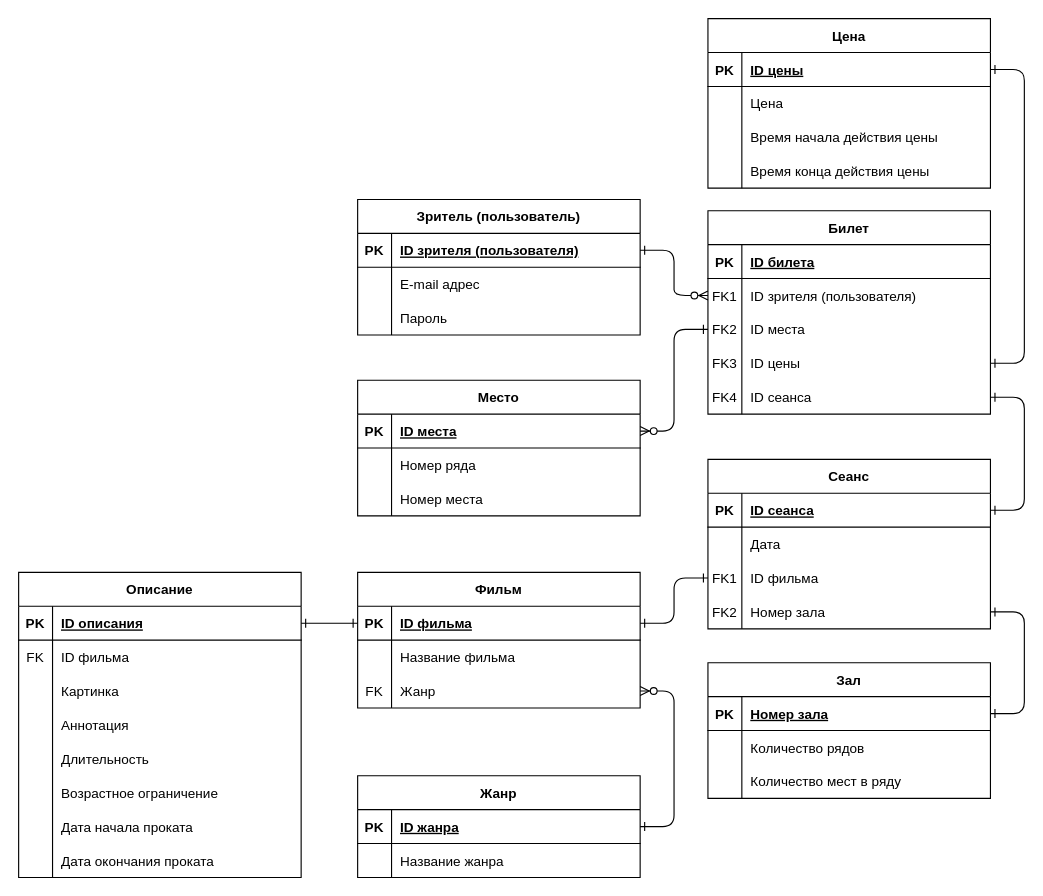
This is images and schemes/logic model.drawio from xreyaf/cinema-app, a draw.io file, before an edit. Source tidied: cells renumbered, new cells numbered last; positions are measured from the earlier drawing's top-left corner, leaving out a move shared by most shapes. Both pictures are drawn from the tidied source at 113%, with x=0, y=0 at pixel (18, 18).
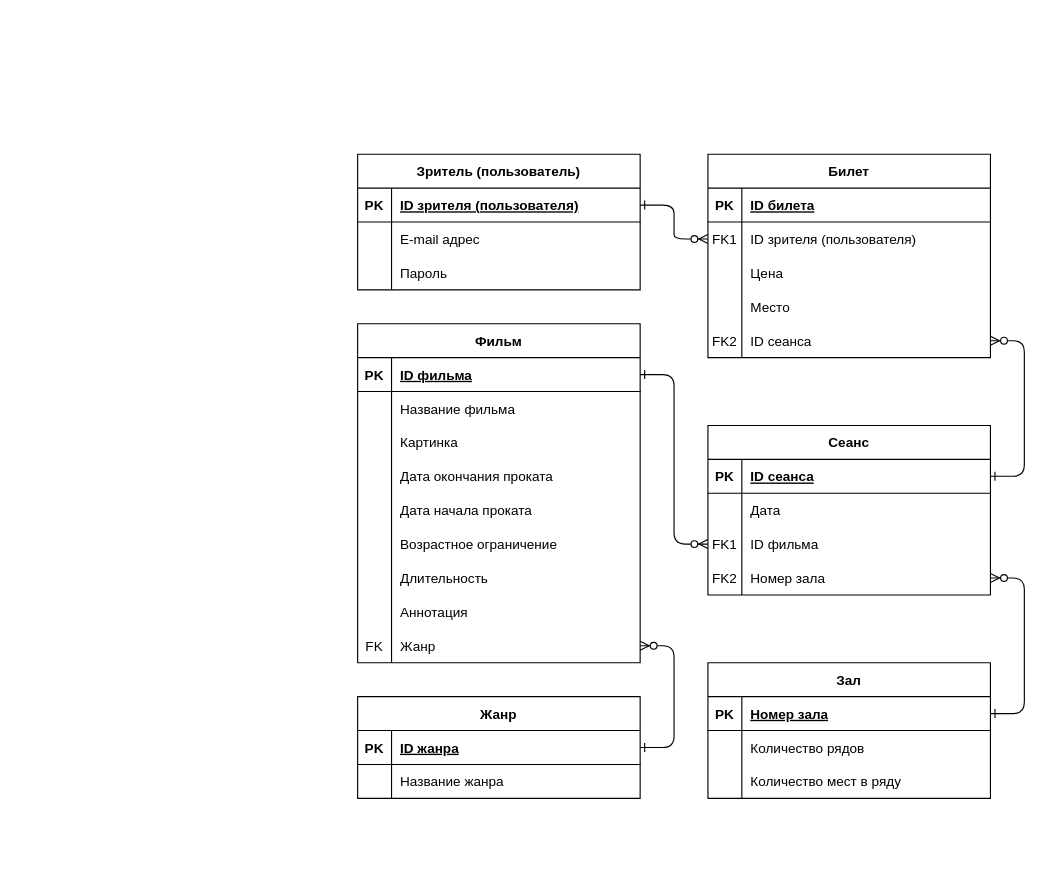
The same diagram, later.

The change refers to these unchanged cells:
```xml
<mxCell id="17" style="shape=partialRectangle;fillColor=none;points=[[0,0.5],[1,0.5]];portConstraint=eastwest;top=0;left=0;right=0;bottom=0;" parent="4" vertex="1">
  <mxGeometry y="150" width="250" height="30" as="geometry" />
</mxCell>
<mxCell id="21" style="shape=partialRectangle;fillColor=none;points=[[0,0.5],[1,0.5]];portConstraint=eastwest;top=0;left=0;right=0;bottom=1;" parent="20" vertex="1">
  <mxGeometry y="30" width="250" height="30" as="geometry" />
</mxCell>
<mxCell id="27" style="shape=partialRectangle;fillColor=none;points=[[0,0.5],[1,0.5]];portConstraint=eastwest;top=0;left=0;right=0;bottom=0;" parent="20" vertex="1">
  <mxGeometry y="90" width="250" height="30" as="geometry" />
</mxCell>
<mxCell id="30" style="shape=partialRectangle;fillColor=none;points=[[0,0.5],[1,0.5]];portConstraint=eastwest;top=0;left=0;right=0;bottom=0;" parent="20" vertex="1">
  <mxGeometry y="120" width="250" height="30" as="geometry" />
</mxCell>
<mxCell id="44" style="shape=partialRectangle;fillColor=none;points=[[0,0.5],[1,0.5]];portConstraint=eastwest;top=0;left=0;right=0;bottom=1;" parent="43" vertex="1">
  <mxGeometry y="30" width="250" height="30" as="geometry" />
</mxCell>
<mxCell id="54" style="shape=partialRectangle;fillColor=none;points=[[0,0.5],[1,0.5]];portConstraint=eastwest;top=0;left=0;right=0;bottom=1;" parent="53" vertex="1">
  <mxGeometry y="30" width="250" height="30" as="geometry" />
</mxCell>
```

Change to the diagram source:
```diff
@@
-    <mxCell id="3" style="edgeStyle=entityRelationEdgeStyle;endArrow=ERone;startArrow=ERone;endFill=0;startFill=0;" parent="1" edge="1" source="17" target="21">
-      <mxGeometry relative="1" as="geometry" />
-    </mxCell>
     <mxCell id="4" value="Билет" style="shape=table;startSize=30;childLayout=tableLayout;rowLines=0;fontStyle=1;align=center;" parent="1" vertex="1">
-      <mxGeometry x="610" y="170" width="250" height="180" as="geometry" />
+      <mxGeometry x="610" y="120" width="250" height="180" as="geometry" />
     </mxCell>
@@
-    <mxCell id="11" style="shape=partialRectangle;fillColor=none;points=[[0,0.5],[1,0.5]];portConstraint=eastwest;top=0;left=0;right=0;bottom=0;" parent="4" vertex="1">
-      <mxGeometry y="90" width="250" height="30" as="geometry" />
-    </mxCell>
-    <mxCell id="12" value="FK2" style="shape=partialRectangle;overflow=hidden;fillColor=none;top=0;left=0;bottom=0;right=0;" parent="11" vertex="1">
-      <mxGeometry width="30" height="30" as="geometry" />
-    </mxCell>
-    <mxCell id="13" value="ID места" style="shape=partialRectangle;overflow=hidden;fillColor=none;top=0;left=0;bottom=0;right=0;align=left;spacingLeft=6;fontStyle=0;" parent="11" vertex="1">
-      <mxGeometry x="30" width="220" height="30" as="geometry" />
-    </mxCell>
-    <mxCell id="14" style="shape=partialRectangle;fillColor=none;points=[[0,0.5],[1,0.5]];portConstraint=eastwest;top=0;left=0;right=0;bottom=0;" parent="4" vertex="1">
-      <mxGeometry y="120" width="250" height="30" as="geometry" />
-    </mxCell>
-    <mxCell id="15" value="FK3" style="shape=partialRectangle;overflow=hidden;fillColor=none;top=0;left=0;bottom=0;right=0;" parent="14" vertex="1">
-      <mxGeometry width="30" height="30" as="geometry" />
-    </mxCell>
-    <mxCell id="16" value="ID цены" style="shape=partialRectangle;overflow=hidden;fillColor=none;top=0;left=0;bottom=0;right=0;align=left;spacingLeft=6;fontStyle=0;" parent="14" vertex="1">
-      <mxGeometry x="30" width="220" height="30" as="geometry" />
-    </mxCell>
+    <mxCell id="114" style="shape=partialRectangle;fillColor=none;top=0;left=0;right=0;bottom=0;" parent="4" vertex="1">
+      <mxGeometry y="90" width="250" height="30" as="geometry" />
+    </mxCell>
+    <mxCell id="115" style="shape=partialRectangle;overflow=hidden;fillColor=none;top=0;left=0;bottom=0;right=0;" parent="114" vertex="1">
+      <mxGeometry width="30" height="30" as="geometry" />
+    </mxCell>
+    <mxCell id="116" value="Цена" style="shape=partialRectangle;overflow=hidden;fillColor=none;top=0;left=0;bottom=0;right=0;align=left;spacingLeft=6;fontStyle=0;" parent="114" vertex="1">
+      <mxGeometry x="30" width="220" height="30" as="geometry" />
+    </mxCell>
+    <mxCell id="124" style="shape=partialRectangle;fillColor=none;top=0;left=0;right=0;bottom=0;" parent="4" vertex="1">
+      <mxGeometry y="120" width="250" height="30" as="geometry" />
+    </mxCell>
+    <mxCell id="125" style="shape=partialRectangle;overflow=hidden;fillColor=none;top=0;left=0;bottom=0;right=0;" parent="124" vertex="1">
+      <mxGeometry width="30" height="30" as="geometry" />
+    </mxCell>
+    <mxCell id="63" value="Место" style="shape=partialRectangle;overflow=hidden;fillColor=none;top=0;left=0;bottom=0;right=0;align=left;spacingLeft=6;fontStyle=0;" parent="124" vertex="1">
+      <mxGeometry x="30" width="220" height="30" as="geometry" />
+    </mxCell>
@@
-    <mxCell id="18" value="FK4" style="shape=partialRectangle;overflow=hidden;fillColor=none;top=0;left=0;bottom=0;right=0;" parent="17" vertex="1">
+    <mxCell id="18" value="FK2" style="shape=partialRectangle;overflow=hidden;fillColor=none;top=0;left=0;bottom=0;right=0;" parent="17" vertex="1">
       <mxGeometry width="30" height="30" as="geometry" />
     </mxCell>
@@
     <mxCell id="20" value="Сеанс" style="shape=table;startSize=30;childLayout=tableLayout;rowLines=0;fontStyle=1;align=center;" parent="1" vertex="1">
-      <mxGeometry x="610" y="390" width="250" height="150" as="geometry" />
+      <mxGeometry x="610" y="360" width="250" height="150" as="geometry" />
     </mxCell>
@@
     <mxCell id="33" value="Зритель (пользователь)" style="shape=table;startSize=30;childLayout=tableLayout;rowLines=0;fontStyle=1;align=center;" parent="1" vertex="1">
-      <mxGeometry x="300" y="160" width="250" height="120" as="geometry" />
+      <mxGeometry x="300" y="120" width="250" height="120" as="geometry" />
     </mxCell>
@@
     <mxCell id="43" value="Фильм" style="shape=table;startSize=30;childLayout=tableLayout;rowLines=0;fontStyle=1;align=center;" parent="1" vertex="1">
-      <mxGeometry x="300" y="490" width="250" height="120" as="geometry" />
+      <mxGeometry x="300" y="270" width="250" height="300" as="geometry" />
     </mxCell>
@@
+    <mxCell id="90" style="shape=partialRectangle;fillColor=none;top=0;left=0;right=0;bottom=0;" parent="43" vertex="1">
+      <mxGeometry y="90" width="250" height="30" as="geometry" />
+    </mxCell>
+    <mxCell id="91" style="shape=partialRectangle;overflow=hidden;fillColor=none;top=0;left=0;bottom=0;right=0;" parent="90" vertex="1">
+      <mxGeometry width="30" height="30" as="geometry" />
+    </mxCell>
+    <mxCell id="92" value="Картинка" style="shape=partialRectangle;overflow=hidden;fillColor=none;top=0;left=0;bottom=0;right=0;align=left;spacingLeft=6;" parent="90" vertex="1">
+      <mxGeometry x="30" width="220" height="30" as="geometry" />
+    </mxCell>
+    <mxCell id="105" style="shape=partialRectangle;fillColor=none;top=0;left=0;right=0;bottom=0;" parent="43" vertex="1">
+      <mxGeometry y="120" width="250" height="30" as="geometry" />
+    </mxCell>
+    <mxCell id="106" style="shape=partialRectangle;overflow=hidden;fillColor=none;top=0;left=0;bottom=0;right=0;" parent="105" vertex="1">
+      <mxGeometry width="30" height="30" as="geometry" />
+    </mxCell>
+    <mxCell id="107" value="Дата окончания проката" style="shape=partialRectangle;overflow=hidden;fillColor=none;top=0;left=0;bottom=0;right=0;align=left;spacingLeft=6;" parent="105" vertex="1">
+      <mxGeometry x="30" width="220" height="30" as="geometry" />
+    </mxCell>
+    <mxCell id="102" style="shape=partialRectangle;fillColor=none;top=0;left=0;right=0;bottom=0;" parent="43" vertex="1">
+      <mxGeometry y="150" width="250" height="30" as="geometry" />
+    </mxCell>
+    <mxCell id="103" style="shape=partialRectangle;overflow=hidden;fillColor=none;top=0;left=0;bottom=0;right=0;" parent="102" vertex="1">
+      <mxGeometry width="30" height="30" as="geometry" />
+    </mxCell>
+    <mxCell id="104" value="Дата начала проката" style="shape=partialRectangle;overflow=hidden;fillColor=none;top=0;left=0;bottom=0;right=0;align=left;spacingLeft=6;" parent="102" vertex="1">
+      <mxGeometry x="30" width="220" height="30" as="geometry" />
+    </mxCell>
+    <mxCell id="99" style="shape=partialRectangle;fillColor=none;top=0;left=0;right=0;bottom=0;" parent="43" vertex="1">
+      <mxGeometry y="180" width="250" height="30" as="geometry" />
+    </mxCell>
+    <mxCell id="100" style="shape=partialRectangle;overflow=hidden;fillColor=none;top=0;left=0;bottom=0;right=0;" parent="99" vertex="1">
+      <mxGeometry width="30" height="30" as="geometry" />
+    </mxCell>
+    <mxCell id="101" value="Возрастное ограничение" style="shape=partialRectangle;overflow=hidden;fillColor=none;top=0;left=0;bottom=0;right=0;align=left;spacingLeft=6;" parent="99" vertex="1">
+      <mxGeometry x="30" width="220" height="30" as="geometry" />
+    </mxCell>
+    <mxCell id="96" style="shape=partialRectangle;fillColor=none;top=0;left=0;right=0;bottom=0;" parent="43" vertex="1">
+      <mxGeometry y="210" width="250" height="30" as="geometry" />
+    </mxCell>
+    <mxCell id="97" style="shape=partialRectangle;overflow=hidden;fillColor=none;top=0;left=0;bottom=0;right=0;" parent="96" vertex="1">
+      <mxGeometry width="30" height="30" as="geometry" />
+    </mxCell>
+    <mxCell id="98" value="Длительность" style="shape=partialRectangle;overflow=hidden;fillColor=none;top=0;left=0;bottom=0;right=0;align=left;spacingLeft=6;" parent="96" vertex="1">
+      <mxGeometry x="30" width="220" height="30" as="geometry" />
+    </mxCell>
+    <mxCell id="93" style="shape=partialRectangle;fillColor=none;top=0;left=0;right=0;bottom=0;" parent="43" vertex="1">
+      <mxGeometry y="240" width="250" height="30" as="geometry" />
+    </mxCell>
+    <mxCell id="94" style="shape=partialRectangle;overflow=hidden;fillColor=none;top=0;left=0;bottom=0;right=0;" parent="93" vertex="1">
+      <mxGeometry width="30" height="30" as="geometry" />
+    </mxCell>
+    <mxCell id="95" value="Аннотация" style="shape=partialRectangle;overflow=hidden;fillColor=none;top=0;left=0;bottom=0;right=0;align=left;spacingLeft=6;" parent="93" vertex="1">
+      <mxGeometry x="30" width="220" height="30" as="geometry" />
+    </mxCell>
     <mxCell id="50" style="shape=partialRectangle;fillColor=none;points=[[0,0.5],[1,0.5]];portConstraint=eastwest;top=0;left=0;right=0;bottom=0;" parent="43" vertex="1">
-      <mxGeometry y="90" width="250" height="30" as="geometry" />
+      <mxGeometry y="270" width="250" height="30" as="geometry" />
     </mxCell>
@@
-    <mxCell id="63" value="Место" style="shape=table;startSize=30;childLayout=tableLayout;rowLines=0;fontStyle=1;align=center;" parent="1" vertex="1">
-      <mxGeometry x="300" y="320" width="250" height="120" as="geometry" />
-    </mxCell>
-    <mxCell id="64" style="shape=partialRectangle;fillColor=none;points=[[0,0.5],[1,0.5]];portConstraint=eastwest;top=0;left=0;right=0;bottom=1;" parent="63" vertex="1">
-      <mxGeometry y="30" width="250" height="30" as="geometry" />
-    </mxCell>
-    <mxCell id="65" value="PK" style="shape=partialRectangle;overflow=hidden;fillColor=none;top=0;left=0;bottom=0;right=0;fontStyle=1;" parent="64" vertex="1">
-      <mxGeometry width="30" height="30" as="geometry" />
-    </mxCell>
-    <mxCell id="66" value="ID места" style="shape=partialRectangle;overflow=hidden;fillColor=none;top=0;left=0;bottom=0;right=0;align=left;spacingLeft=6;fontStyle=5;" parent="64" vertex="1">
-      <mxGeometry x="30" width="220" height="30" as="geometry" />
-    </mxCell>
-    <mxCell id="67" style="shape=partialRectangle;fillColor=none;top=0;left=0;right=0;bottom=0;" parent="63" vertex="1">
-      <mxGeometry y="60" width="250" height="30" as="geometry" />
-    </mxCell>
-    <mxCell id="68" style="shape=partialRectangle;overflow=hidden;fillColor=none;top=0;left=0;bottom=0;right=0;" parent="67" vertex="1">
-      <mxGeometry width="30" height="30" as="geometry" />
-    </mxCell>
-    <mxCell id="69" value="Номер ряда" style="shape=partialRectangle;overflow=hidden;fillColor=none;top=0;left=0;bottom=0;right=0;align=left;spacingLeft=6;" parent="67" vertex="1">
-      <mxGeometry x="30" width="220" height="30" as="geometry" />
-    </mxCell>
-    <mxCell id="70" style="shape=partialRectangle;fillColor=none;top=0;left=0;right=0;bottom=0;" parent="63" vertex="1">
-      <mxGeometry y="90" width="250" height="30" as="geometry" />
-    </mxCell>
-    <mxCell id="71" style="shape=partialRectangle;overflow=hidden;fillColor=none;top=0;left=0;bottom=0;right=0;" parent="70" vertex="1">
-      <mxGeometry width="30" height="30" as="geometry" />
-    </mxCell>
-    <mxCell id="72" value="Номер места" style="shape=partialRectangle;overflow=hidden;fillColor=none;top=0;left=0;bottom=0;right=0;align=left;spacingLeft=6;" parent="70" vertex="1">
-      <mxGeometry x="30" width="220" height="30" as="geometry" />
-    </mxCell>
-    <mxCell id="73" style="edgeStyle=entityRelationEdgeStyle;endArrow=ERzeroToMany;startArrow=ERone;endFill=1;startFill=0;" parent="1" edge="1" source="11" target="64">
-      <mxGeometry relative="1" as="geometry" />
-    </mxCell>
-    <mxCell id="74" style="edgeStyle=entityRelationEdgeStyle;endArrow=ERone;startArrow=ERone;endFill=0;startFill=0;" parent="1" edge="1" source="27" target="44">
-      <mxGeometry relative="1" as="geometry" />
-    </mxCell>
-    <mxCell id="75" style="edgeStyle=entityRelationEdgeStyle;endArrow=ERone;startArrow=ERone;endFill=0;startFill=0;" parent="1" edge="1" source="30" target="54">
-      <mxGeometry relative="1" as="geometry" />
-    </mxCell>
     <mxCell id="76" value="Жанр" style="shape=table;startSize=30;childLayout=tableLayout;rowLines=0;fontStyle=1;align=center;" parent="1" vertex="1">
-      <mxGeometry x="300" y="670" width="250" height="90" as="geometry" />
+      <mxGeometry x="300" y="600" width="250" height="90" as="geometry" />
     </mxCell>
@@
-    <mxCell id="83" value="Описание" style="shape=table;startSize=30;childLayout=tableLayout;rowLines=0;fontStyle=1;align=center;" parent="1" vertex="1">
-      <mxGeometry y="490" width="250" height="270" as="geometry" />
-    </mxCell>
-    <mxCell id="84" style="shape=partialRectangle;fillColor=none;points=[[0,0.5],[1,0.5]];portConstraint=eastwest;top=0;left=0;right=0;bottom=1;" parent="83" vertex="1">
-      <mxGeometry y="30" width="250" height="30" as="geometry" />
-    </mxCell>
-    <mxCell id="85" value="PK" style="shape=partialRectangle;overflow=hidden;fillColor=none;top=0;left=0;bottom=0;right=0;fontStyle=1;" parent="84" vertex="1">
-      <mxGeometry width="30" height="30" as="geometry" />
-    </mxCell>
-    <mxCell id="86" value="ID описания" style="shape=partialRectangle;overflow=hidden;fillColor=none;top=0;left=0;bottom=0;right=0;align=left;spacingLeft=6;fontStyle=5;" parent="84" vertex="1">
-      <mxGeometry x="30" width="220" height="30" as="geometry" />
-    </mxCell>
-    <mxCell id="87" style="shape=partialRectangle;fillColor=none;top=0;left=0;right=0;bottom=0;" parent="83" vertex="1">
-      <mxGeometry y="60" width="250" height="30" as="geometry" />
-    </mxCell>
-    <mxCell id="88" value="FK" style="shape=partialRectangle;overflow=hidden;fillColor=none;top=0;left=0;bottom=0;right=0;" parent="87" vertex="1">
-      <mxGeometry width="30" height="30" as="geometry" />
-    </mxCell>
-    <mxCell id="89" value="ID фильма" style="shape=partialRectangle;overflow=hidden;fillColor=none;top=0;left=0;bottom=0;right=0;align=left;spacingLeft=6;" parent="87" vertex="1">
-      <mxGeometry x="30" width="220" height="30" as="geometry" />
-    </mxCell>
-    <mxCell id="90" style="shape=partialRectangle;fillColor=none;top=0;left=0;right=0;bottom=0;" parent="83" vertex="1">
-      <mxGeometry y="90" width="250" height="30" as="geometry" />
-    </mxCell>
-    <mxCell id="91" style="shape=partialRectangle;overflow=hidden;fillColor=none;top=0;left=0;bottom=0;right=0;" parent="90" vertex="1">
-      <mxGeometry width="30" height="30" as="geometry" />
-    </mxCell>
-    <mxCell id="92" value="Картинка" style="shape=partialRectangle;overflow=hidden;fillColor=none;top=0;left=0;bottom=0;right=0;align=left;spacingLeft=6;" parent="90" vertex="1">
-      <mxGeometry x="30" width="220" height="30" as="geometry" />
-    </mxCell>
-    <mxCell id="93" style="shape=partialRectangle;fillColor=none;top=0;left=0;right=0;bottom=0;" parent="83" vertex="1">
-      <mxGeometry y="120" width="250" height="30" as="geometry" />
-    </mxCell>
-    <mxCell id="94" style="shape=partialRectangle;overflow=hidden;fillColor=none;top=0;left=0;bottom=0;right=0;" parent="93" vertex="1">
-      <mxGeometry width="30" height="30" as="geometry" />
-    </mxCell>
-    <mxCell id="95" value="Аннотация" style="shape=partialRectangle;overflow=hidden;fillColor=none;top=0;left=0;bottom=0;right=0;align=left;spacingLeft=6;" parent="93" vertex="1">
-      <mxGeometry x="30" width="220" height="30" as="geometry" />
-    </mxCell>
-    <mxCell id="96" style="shape=partialRectangle;fillColor=none;top=0;left=0;right=0;bottom=0;" parent="83" vertex="1">
-      <mxGeometry y="150" width="250" height="30" as="geometry" />
-    </mxCell>
-    <mxCell id="97" style="shape=partialRectangle;overflow=hidden;fillColor=none;top=0;left=0;bottom=0;right=0;" parent="96" vertex="1">
-      <mxGeometry width="30" height="30" as="geometry" />
-    </mxCell>
-    <mxCell id="98" value="Длительность" style="shape=partialRectangle;overflow=hidden;fillColor=none;top=0;left=0;bottom=0;right=0;align=left;spacingLeft=6;" parent="96" vertex="1">
-      <mxGeometry x="30" width="220" height="30" as="geometry" />
-    </mxCell>
-    <mxCell id="99" style="shape=partialRectangle;fillColor=none;top=0;left=0;right=0;bottom=0;" parent="83" vertex="1">
-      <mxGeometry y="180" width="250" height="30" as="geometry" />
-    </mxCell>
-    <mxCell id="100" style="shape=partialRectangle;overflow=hidden;fillColor=none;top=0;left=0;bottom=0;right=0;" parent="99" vertex="1">
-      <mxGeometry width="30" height="30" as="geometry" />
-    </mxCell>
-    <mxCell id="101" value="Возрастное ограничение" style="shape=partialRectangle;overflow=hidden;fillColor=none;top=0;left=0;bottom=0;right=0;align=left;spacingLeft=6;" parent="99" vertex="1">
-      <mxGeometry x="30" width="220" height="30" as="geometry" />
-    </mxCell>
-    <mxCell id="102" style="shape=partialRectangle;fillColor=none;top=0;left=0;right=0;bottom=0;" parent="83" vertex="1">
-      <mxGeometry y="210" width="250" height="30" as="geometry" />
-    </mxCell>
-    <mxCell id="103" style="shape=partialRectangle;overflow=hidden;fillColor=none;top=0;left=0;bottom=0;right=0;" parent="102" vertex="1">
-      <mxGeometry width="30" height="30" as="geometry" />
-    </mxCell>
-    <mxCell id="104" value="Дата начала проката" style="shape=partialRectangle;overflow=hidden;fillColor=none;top=0;left=0;bottom=0;right=0;align=left;spacingLeft=6;" parent="102" vertex="1">
-      <mxGeometry x="30" width="220" height="30" as="geometry" />
-    </mxCell>
-    <mxCell id="105" style="shape=partialRectangle;fillColor=none;top=0;left=0;right=0;bottom=0;" parent="83" vertex="1">
-      <mxGeometry y="240" width="250" height="30" as="geometry" />
-    </mxCell>
-    <mxCell id="106" style="shape=partialRectangle;overflow=hidden;fillColor=none;top=0;left=0;bottom=0;right=0;" parent="105" vertex="1">
-      <mxGeometry width="30" height="30" as="geometry" />
-    </mxCell>
-    <mxCell id="107" value="Дата окончания проката" style="shape=partialRectangle;overflow=hidden;fillColor=none;top=0;left=0;bottom=0;right=0;align=left;spacingLeft=6;" parent="105" vertex="1">
-      <mxGeometry x="30" width="220" height="30" as="geometry" />
-    </mxCell>
@@
-    <mxCell id="109" style="edgeStyle=entityRelationEdgeStyle;endArrow=ERone;startArrow=ERone;endFill=0;startFill=0;anchorPointDirection=1;sketch=0;" parent="1" edge="1" source="44" target="84">
-      <mxGeometry relative="1" as="geometry" />
-    </mxCell>
-    <mxCell id="110" value="Цена" style="shape=table;startSize=30;childLayout=tableLayout;rowLines=0;fontStyle=1;align=center;" parent="1" vertex="1">
-      <mxGeometry x="610" width="250" height="150" as="geometry" />
-    </mxCell>
-    <mxCell id="111" style="shape=partialRectangle;fillColor=none;points=[[0,0.5],[1,0.5]];portConstraint=eastwest;top=0;left=0;right=0;bottom=1;" parent="110" vertex="1">
-      <mxGeometry y="30" width="250" height="30" as="geometry" />
-    </mxCell>
-    <mxCell id="112" value="PK" style="shape=partialRectangle;overflow=hidden;fillColor=none;top=0;left=0;bottom=0;right=0;fontStyle=1;" parent="111" vertex="1">
-      <mxGeometry width="30" height="30" as="geometry" />
-    </mxCell>
-    <mxCell id="113" value="ID цены" style="shape=partialRectangle;overflow=hidden;fillColor=none;top=0;left=0;bottom=0;right=0;align=left;spacingLeft=6;fontStyle=5;" parent="111" vertex="1">
-      <mxGeometry x="30" width="220" height="30" as="geometry" />
-    </mxCell>
-    <mxCell id="114" style="shape=partialRectangle;fillColor=none;top=0;left=0;right=0;bottom=0;" parent="110" vertex="1">
-      <mxGeometry y="60" width="250" height="30" as="geometry" />
-    </mxCell>
-    <mxCell id="115" style="shape=partialRectangle;overflow=hidden;fillColor=none;top=0;left=0;bottom=0;right=0;" parent="114" vertex="1">
-      <mxGeometry width="30" height="30" as="geometry" />
-    </mxCell>
-    <mxCell id="116" value="Цена" style="shape=partialRectangle;overflow=hidden;fillColor=none;top=0;left=0;bottom=0;right=0;align=left;spacingLeft=6;fontStyle=0;" parent="114" vertex="1">
-      <mxGeometry x="30" width="220" height="30" as="geometry" />
-    </mxCell>
-    <mxCell id="117" style="shape=partialRectangle;fillColor=none;top=0;left=0;right=0;bottom=0;" parent="110" vertex="1">
-      <mxGeometry y="90" width="250" height="30" as="geometry" />
-    </mxCell>
-    <mxCell id="118" style="shape=partialRectangle;overflow=hidden;fillColor=none;top=0;left=0;bottom=0;right=0;" parent="117" vertex="1">
-      <mxGeometry width="30" height="30" as="geometry" />
-    </mxCell>
-    <mxCell id="119" value="Время начала действия цены" style="shape=partialRectangle;overflow=hidden;fillColor=none;top=0;left=0;bottom=0;right=0;align=left;spacingLeft=6;" parent="117" vertex="1">
-      <mxGeometry x="30" width="220" height="30" as="geometry" />
-    </mxCell>
-    <mxCell id="120" style="shape=partialRectangle;fillColor=none;top=0;left=0;right=0;bottom=0;" parent="110" vertex="1">
-      <mxGeometry y="120" width="250" height="30" as="geometry" />
-    </mxCell>
-    <mxCell id="121" style="shape=partialRectangle;overflow=hidden;fillColor=none;top=0;left=0;bottom=0;right=0;" parent="120" vertex="1">
-      <mxGeometry width="30" height="30" as="geometry" />
-    </mxCell>
-    <mxCell id="122" value="Время конца действия цены" style="shape=partialRectangle;overflow=hidden;fillColor=none;top=0;left=0;bottom=0;right=0;align=left;spacingLeft=6;fontStyle=0;" parent="120" vertex="1">
-      <mxGeometry x="30" width="220" height="30" as="geometry" />
-    </mxCell>
-    <mxCell id="123" style="edgeStyle=entityRelationEdgeStyle;endArrow=ERone;startArrow=ERone;endFill=0;startFill=0;" parent="1" edge="1" source="14" target="111">
-      <mxGeometry relative="1" as="geometry" />
-    </mxCell>
+    <mxCell id="126" style="edgeStyle=entityRelationEdgeStyle;endArrow=ERzeroToMany;startArrow=ERone;endFill=1;startFill=0;" parent="1" edge="1" source="21" target="17">
+      <mxGeometry relative="1" as="geometry" />
+    </mxCell>
+    <mxCell id="127" style="edgeStyle=entityRelationEdgeStyle;endArrow=ERzeroToMany;startArrow=ERone;endFill=1;startFill=0;" parent="1" edge="1" source="54" target="30">
+      <mxGeometry relative="1" as="geometry" />
+    </mxCell>
+    <mxCell id="128" style="edgeStyle=entityRelationEdgeStyle;endArrow=ERzeroToMany;startArrow=ERone;endFill=1;startFill=0;" parent="1" edge="1" source="44" target="27">
+      <mxGeometry relative="1" as="geometry" />
+    </mxCell>
```
